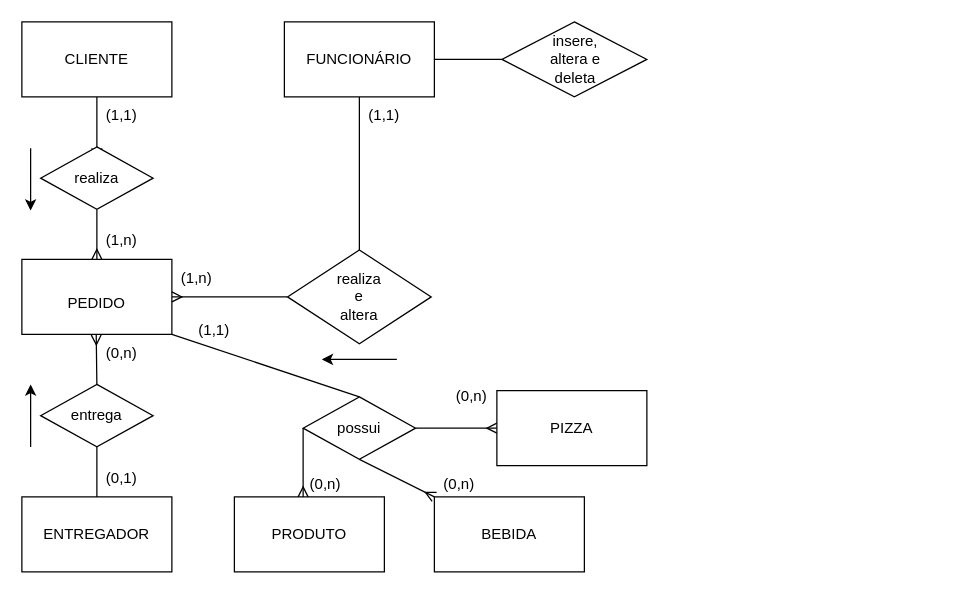
The draw.io diagram docs/Diagrama conceitual.drawio in gabrielruizmb/pizzaria-api, before the edit. Source tidied: cells renumbered, new cells numbered last; positions are measured from the earlier drawing's top-left corner, leaving out a move shared by most shapes. Both pictures are drawn from the tidied source at 125%, with x=0, y=0 at pixel (21, -16).
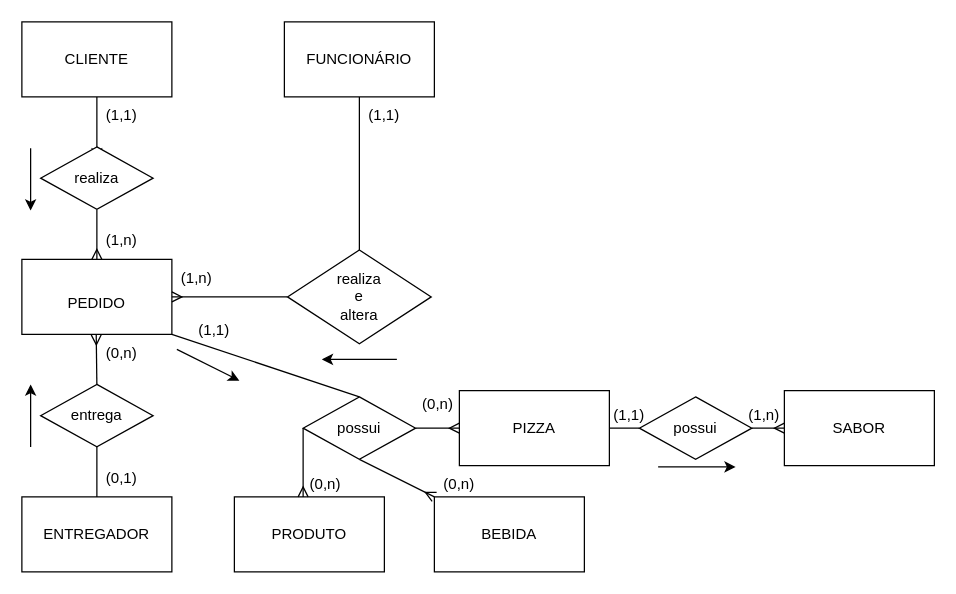
The same page after the edit.

Unchanged cells that the change refers to:
```xml
<mxCell id="21" style="rounded=0;whiteSpace=wrap;html=1;" parent="1" vertex="1">
  <mxGeometry x="210" y="30" width="120" height="60" as="geometry" />
</mxCell>
```

Change to the diagram source:
```diff
@@
-    <mxCell id="20" style="edgeStyle=orthogonalEdgeStyle;rounded=0;jettySize=auto;html=1;exitX=1;exitY=0.5;exitDx=0;exitDy=0;entryX=0;entryY=0.5;entryDx=0;entryDy=0;endArrow=none;endFill=0;" parent="1" edge="1" source="21" target="29">
-      <mxGeometry relative="1" as="geometry" />
-    </mxCell>
@@
-    <mxCell id="29" style="rhombus;whiteSpace=wrap;html=1;" parent="1" vertex="1">
-      <mxGeometry x="384" y="30" width="116" height="60" as="geometry" />
-    </mxCell>
-    <mxCell id="30" value="insere,&lt;br&gt;altera e&lt;br&gt;deleta" style="text;html=1;strokeColor=none;fillColor=none;align=center;verticalAlign=middle;whiteSpace=wrap;rounded=0;" parent="1" vertex="1">
-      <mxGeometry x="413" y="45" width="60" height="30" as="geometry" />
-    </mxCell>
@@
+    <mxCell id="55" style="edgeStyle=orthogonalEdgeStyle;rounded=0;jettySize=auto;html=1;exitX=1;exitY=0.5;exitDx=0;exitDy=0;endArrow=none;endFill=0;" parent="1" edge="1" source="47" target="59">
+      <mxGeometry relative="1" as="geometry" />
+    </mxCell>
     <mxCell id="47" style="rounded=0;whiteSpace=wrap;html=1;" parent="1" vertex="1">
-      <mxGeometry x="380" y="325" width="120" height="60" as="geometry" />
+      <mxGeometry x="350" y="325" width="120" height="60" as="geometry" />
     </mxCell>
     <mxCell id="48" value="PIZZA" style="text;html=1;strokeColor=none;fillColor=none;align=center;verticalAlign=middle;whiteSpace=wrap;rounded=0;" parent="1" vertex="1">
-      <mxGeometry x="410" y="340" width="60" height="30" as="geometry" />
+      <mxGeometry x="380" y="340" width="60" height="30" as="geometry" />
     </mxCell>
@@
     <mxCell id="51" value="(0,n)" style="text;html=1;strokeColor=none;fillColor=none;align=center;verticalAlign=middle;whiteSpace=wrap;rounded=0;" parent="1" vertex="1">
-      <mxGeometry x="330" y="315" width="60" height="30" as="geometry" />
+      <mxGeometry x="303" y="321" width="60" height="30" as="geometry" />
     </mxCell>
@@
+    <mxCell id="56" style="rounded=0;whiteSpace=wrap;html=1;" parent="1" vertex="1">
+      <mxGeometry x="610" y="325" width="120" height="60" as="geometry" />
+    </mxCell>
+    <mxCell id="57" value="SABOR" style="text;html=1;strokeColor=none;fillColor=none;align=center;verticalAlign=middle;whiteSpace=wrap;rounded=0;" parent="1" vertex="1">
+      <mxGeometry x="640" y="340" width="60" height="30" as="geometry" />
+    </mxCell>
+    <mxCell id="58" style="edgeStyle=orthogonalEdgeStyle;rounded=0;jettySize=auto;html=1;exitX=1;exitY=0.5;exitDx=0;exitDy=0;entryX=0;entryY=0.5;entryDx=0;entryDy=0;endArrow=ERmany;endFill=0;" parent="1" edge="1" source="59" target="56">
+      <mxGeometry relative="1" as="geometry" />
+    </mxCell>
+    <mxCell id="59" style="rhombus;whiteSpace=wrap;html=1;" parent="1" vertex="1">
+      <mxGeometry x="494" y="330" width="90" height="50" as="geometry" />
+    </mxCell>
+    <mxCell id="60" value="possui" style="text;html=1;strokeColor=none;fillColor=none;align=center;verticalAlign=middle;whiteSpace=wrap;rounded=0;" parent="1" vertex="1">
+      <mxGeometry x="509" y="340" width="60" height="30" as="geometry" />
+    </mxCell>
+    <mxCell id="61" value="(1,1)" style="text;html=1;strokeColor=none;fillColor=none;align=center;verticalAlign=middle;whiteSpace=wrap;rounded=0;" parent="1" vertex="1">
+      <mxGeometry x="456" y="330" width="60" height="30" as="geometry" />
+    </mxCell>
+    <mxCell id="62" value="(1,n)" style="text;html=1;strokeColor=none;fillColor=none;align=center;verticalAlign=middle;whiteSpace=wrap;rounded=0;" parent="1" vertex="1">
+      <mxGeometry x="564" y="330" width="60" height="30" as="geometry" />
+    </mxCell>
+    <mxCell id="63" style="endArrow=classic;html=1;rounded=0;" parent="1" edge="1">
+      <mxGeometry relative="1" as="geometry">
+        <mxPoint x="124" y="292" as="sourcePoint" />
+        <mxPoint x="174" y="317" as="targetPoint" />
+      </mxGeometry>
+    </mxCell>
+    <mxCell id="64" style="endArrow=classic;html=1;rounded=0;" parent="1" edge="1">
+      <mxGeometry relative="1" as="geometry">
+        <mxPoint x="509" y="386" as="sourcePoint" />
+        <mxPoint x="571" y="386" as="targetPoint" />
+      </mxGeometry>
+    </mxCell>
```
